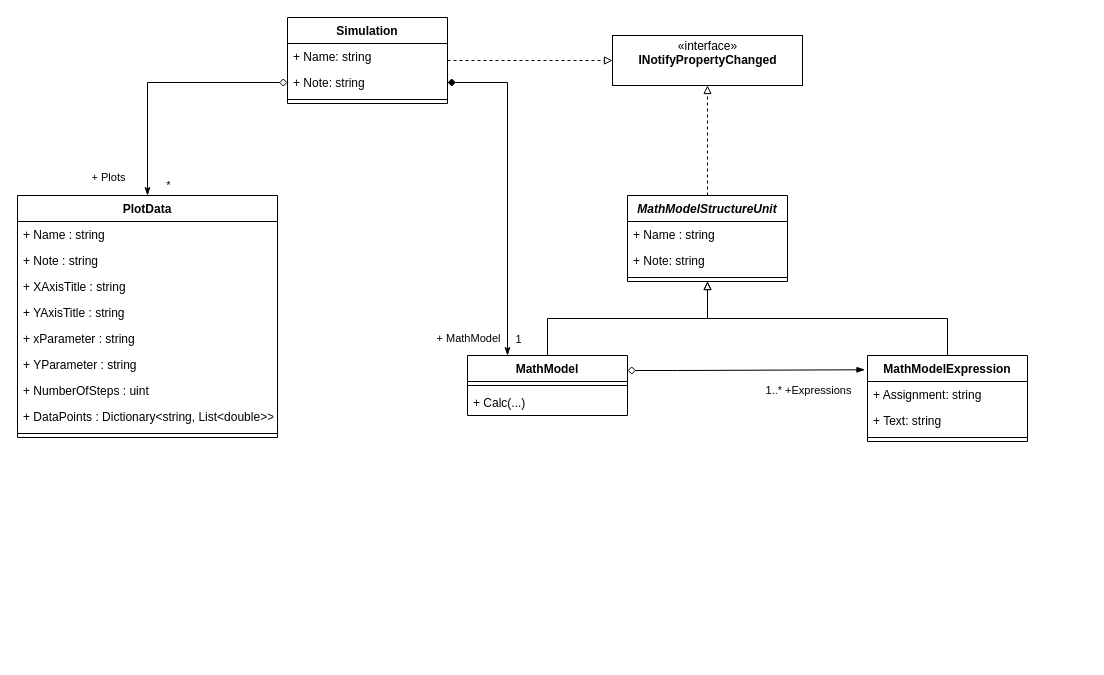
tocto/Schrittmacher keeps this draw.io diagram as page "Class Diagram MathModel" (1 of 2) of Architektur/MathModels.drawio. Above is the earlier version. Source tidied: cells renumbered, new cells numbered last; positions are measured from the earlier drawing's top-left corner, leaving out a move shared by most shapes. Both pictures are drawn from the tidied source at 100%, with x=0, y=0 at pixel (17, 17).
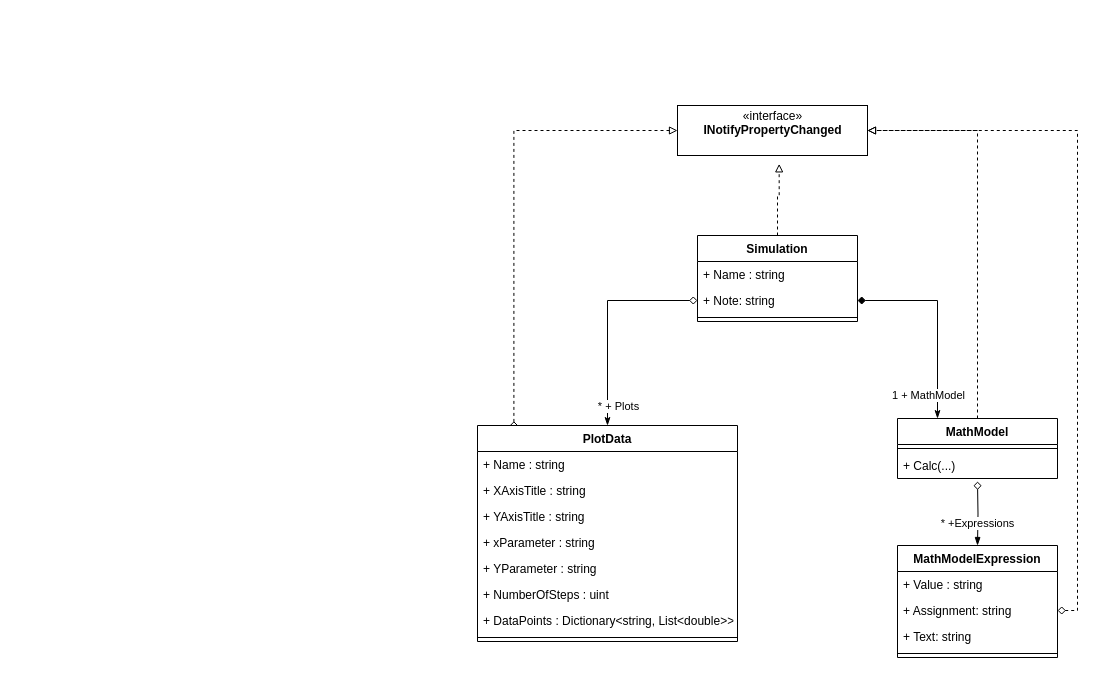
The same page after the edit.

The change refers to these unchanged cells:
```xml
<mxCell id="19" style="edgeStyle=orthogonalEdgeStyle;rounded=0;jettySize=auto;html=1;entryX=0.25;entryY=0;entryDx=0;entryDy=0;startArrow=diamond;startFill=1;endArrow=classicThin;endFill=1;exitX=1;exitY=0.5;exitDx=0;exitDy=0;" parent="1" edge="1" source="25" target="9">
  <mxGeometry relative="1" as="geometry" />
</mxCell>
<mxCell id="37" style="edgeStyle=orthogonalEdgeStyle;rounded=0;jettySize=auto;html=1;entryX=0.5;entryY=0;entryDx=0;entryDy=0;startArrow=diamond;startFill=0;endArrow=classicThin;endFill=1;" parent="1" edge="1" source="25" target="27">
  <mxGeometry relative="1" as="geometry" />
</mxCell>
```

The edit, as a diff of the source:
```diff
@@
-    <mxCell id="2" style="edgeStyle=orthogonalEdgeStyle;rounded=0;sketch=0;jettySize=auto;html=1;shadow=0;startArrow=none;startFill=0;endArrow=block;endFill=0;dashed=1;" parent="1" edge="1" source="3" target="18">
+    <mxCell id="2" style="edgeStyle=orthogonalEdgeStyle;rounded=0;sketch=0;jettySize=auto;html=1;shadow=0;startArrow=none;startFill=0;endArrow=block;endFill=0;dashed=1;entryX=1;entryY=0.5;entryDx=0;entryDy=0;exitX=0.5;exitY=0;exitDx=0;exitDy=0;" parent="1" edge="1" source="9" target="18">
       <mxGeometry relative="1" as="geometry" />
     </mxCell>
-    <mxCell id="3" value="MathModelStructureUnit" style="swimlane;fontStyle=3;align=center;verticalAlign=top;horizontal=1;startSize=26;" parent="1" vertex="1">
-      <mxGeometry x="610" y="178" width="160" height="86" as="geometry" />
-    </mxCell>
-    <mxCell id="4" value="+ Name : string" style="text;strokeColor=none;fillColor=none;align=left;verticalAlign=top;spacingLeft=4;spacingRight=4;overflow=hidden;" parent="3" vertex="1">
-      <mxGeometry y="26" width="160" height="26" as="geometry" />
-    </mxCell>
-    <mxCell id="5" value="+ Note: string" style="text;strokeColor=none;fillColor=none;align=left;verticalAlign=top;spacingLeft=4;spacingRight=4;overflow=hidden;" parent="3" vertex="1">
-      <mxGeometry y="52" width="160" height="26" as="geometry" />
-    </mxCell>
-    <mxCell id="6" style="line;strokeWidth=1;fillColor=none;align=left;verticalAlign=middle;spacingTop=-1;spacingLeft=3;spacingRight=3;labelPosition=right;" parent="3" vertex="1">
-      <mxGeometry y="78" width="160" height="8" as="geometry" />
-    </mxCell>
-    <mxCell id="7" style="edgeStyle=orthogonalEdgeStyle;rounded=0;sketch=0;jettySize=auto;html=1;shadow=0;startArrow=diamond;startFill=0;endArrow=blockThin;endFill=1;exitX=1;exitY=0.25;exitDx=0;exitDy=0;entryX=-0.016;entryY=0.166;entryDx=0;entryDy=0;entryPerimeter=0;" parent="1" edge="1" source="9" target="12">
+    <mxCell id="7" style="rounded=0;sketch=0;jettySize=auto;html=1;shadow=0;startArrow=diamond;startFill=0;endArrow=blockThin;endFill=1;entryX=0.5;entryY=0;entryDx=0;entryDy=0;edgeStyle=orthogonalEdgeStyle;" parent="1" edge="1" target="12">
       <mxGeometry relative="1" as="geometry">
-        <Array as="points">
-          <mxPoint x="660" y="353" />
-          <mxPoint x="670" y="352" />
-        </Array>
+        <mxPoint x="960" y="464" as="sourcePoint" />
       </mxGeometry>
     </mxCell>
-    <mxCell id="8" value="1..* +Expressions" style="edgeLabel;html=1;align=center;verticalAlign=middle;" parent="7" vertex="1">
-      <mxGeometry x="0.68" y="-2" relative="1" as="geometry">
-        <mxPoint x="-18.6" y="17.6" as="offset" />
-      </mxGeometry>
-    </mxCell>
+    <mxCell id="40" value="* +Expressions" style="edgeLabel;html=1;align=center;verticalAlign=middle;" parent="7" vertex="1">
+      <mxGeometry x="0.29" y="-1" relative="1" as="geometry" />
+    </mxCell>
     <mxCell id="9" value="MathModel" style="swimlane;fontStyle=1;align=center;verticalAlign=top;horizontal=1;startSize=26;" parent="1" vertex="1">
-      <mxGeometry x="450" y="338" width="160" height="60" as="geometry" />
+      <mxGeometry x="880" y="401" width="160" height="60" as="geometry" />
     </mxCell>
@@
+    <mxCell id="41" style="edgeStyle=orthogonalEdgeStyle;rounded=0;jettySize=auto;html=1;entryX=1;entryY=0.5;entryDx=0;entryDy=0;dashed=1;startArrow=diamond;startFill=0;endArrow=block;endFill=0;exitX=1;exitY=0.5;exitDx=0;exitDy=0;" parent="1" edge="1" source="13" target="18">
+      <mxGeometry relative="1" as="geometry" />
+    </mxCell>
     <mxCell id="12" value="MathModelExpression" style="swimlane;fontStyle=1;align=center;verticalAlign=top;horizontal=1;startSize=26;" parent="1" vertex="1">
-      <mxGeometry x="850" y="338" width="160" height="86" as="geometry" />
+      <mxGeometry x="880" y="528" width="160" height="112" as="geometry" />
     </mxCell>
+    <mxCell id="4" value="+ Value : string" style="text;strokeColor=none;fillColor=none;align=left;verticalAlign=top;spacingLeft=4;spacingRight=4;overflow=hidden;" parent="12" vertex="1">
+      <mxGeometry y="26" width="160" height="26" as="geometry" />
+    </mxCell>
     <mxCell id="13" value="+ Assignment: string" style="text;strokeColor=none;fillColor=none;align=left;verticalAlign=top;spacingLeft=4;spacingRight=4;overflow=hidden;points=[[0,0.5],[1,0.5]];portConstraint=eastwest;" parent="12" vertex="1">
-      <mxGeometry y="26" width="160" height="26" as="geometry" />
+      <mxGeometry y="52" width="160" height="26" as="geometry" />
     </mxCell>
     <mxCell id="14" value="+ Text: string" style="text;strokeColor=none;fillColor=none;align=left;verticalAlign=top;spacingLeft=4;spacingRight=4;overflow=hidden;" parent="12" vertex="1">
-      <mxGeometry y="52" width="160" height="26" as="geometry" />
+      <mxGeometry y="78" width="160" height="26" as="geometry" />
     </mxCell>
     <mxCell id="15" style="line;strokeWidth=1;fillColor=none;align=left;verticalAlign=middle;spacingTop=-1;spacingLeft=3;spacingRight=3;labelPosition=right;" parent="12" vertex="1">
-      <mxGeometry y="78" width="160" height="8" as="geometry" />
+      <mxGeometry y="104" width="160" height="8" as="geometry" />
     </mxCell>
-    <mxCell id="16" style="edgeStyle=orthogonalEdgeStyle;rounded=0;jettySize=auto;html=1;endArrow=block;endFill=0;exitX=0.5;exitY=0;exitDx=0;exitDy=0;" parent="1" edge="1" source="12" target="3">
-      <mxGeometry relative="1" as="geometry" />
-    </mxCell>
-    <mxCell id="17" style="edgeStyle=orthogonalEdgeStyle;rounded=0;jettySize=auto;html=1;endArrow=block;endFill=0;exitX=0.5;exitY=0;exitDx=0;exitDy=0;" parent="1" edge="1" source="9" target="3">
-      <mxGeometry relative="1" as="geometry" />
-    </mxCell>
     <mxCell id="18" value="«interface»&lt;br&gt;&lt;b&gt;INotifyPropertyChanged&lt;br&gt;&lt;br&gt;&lt;/b&gt;" style="html=1;" parent="1" vertex="1">
-      <mxGeometry x="595" y="18" width="190" height="50" as="geometry" />
+      <mxGeometry x="660" y="88" width="190" height="50" as="geometry" />
     </mxCell>
@@
-    <mxCell id="20" value="+ MathModel" style="edgeLabel;html=1;align=center;verticalAlign=middle;" parent="19" vertex="1">
+    <mxCell id="20" value="1 + MathModel" style="edgeLabel;html=1;align=center;verticalAlign=middle;" parent="19" vertex="1">
       <mxGeometry x="0.89" relative="1" as="geometry">
-        <mxPoint x="-40" as="offset" />
+        <mxPoint x="-10" y="-12.5" as="offset" />
       </mxGeometry>
     </mxCell>
-    <mxCell id="21" value="1" style="edgeLabel;html=1;align=center;verticalAlign=middle;" parent="19" vertex="1">
-      <mxGeometry x="0.81" y="2" relative="1" as="geometry">
-        <mxPoint x="8" y="15" as="offset" />
-      </mxGeometry>
-    </mxCell>
-    <mxCell id="22" style="edgeStyle=orthogonalEdgeStyle;rounded=0;jettySize=auto;html=1;entryX=0;entryY=0.5;entryDx=0;entryDy=0;dashed=1;endArrow=block;endFill=0;" parent="1" edge="1" source="23" target="18">
+    <mxCell id="22" style="edgeStyle=orthogonalEdgeStyle;rounded=0;jettySize=auto;html=1;entryX=0.535;entryY=1.167;entryDx=0;entryDy=0;dashed=1;endArrow=block;endFill=0;entryPerimeter=0;" parent="1" edge="1" source="23" target="18">
       <mxGeometry relative="1" as="geometry" />
     </mxCell>
     <mxCell id="23" value="Simulation" style="swimlane;fontStyle=1;align=center;verticalAlign=top;horizontal=1;startSize=26;" parent="1" vertex="1">
-      <mxGeometry x="270" width="160" height="86" as="geometry" />
+      <mxGeometry x="680" y="218" width="160" height="86" as="geometry" />
     </mxCell>
-    <mxCell id="24" value="+ Name: string" style="text;strokeColor=none;fillColor=none;align=left;verticalAlign=top;spacingLeft=4;spacingRight=4;overflow=hidden;" parent="23" vertex="1">
+    <mxCell id="24" value="+ Name : string" style="text;strokeColor=none;fillColor=none;align=left;verticalAlign=top;spacingLeft=4;spacingRight=4;overflow=hidden;" parent="23" vertex="1">
       <mxGeometry y="26" width="160" height="26" as="geometry" />
     </mxCell>
@@
+    <mxCell id="42" style="edgeStyle=orthogonalEdgeStyle;rounded=0;jettySize=auto;html=1;entryX=0;entryY=0.5;entryDx=0;entryDy=0;dashed=1;startArrow=diamond;startFill=0;endArrow=block;endFill=0;exitX=0.14;exitY=0.019;exitDx=0;exitDy=0;exitPerimeter=0;" parent="1" edge="1" source="27" target="18">
+      <mxGeometry relative="1" as="geometry" />
+    </mxCell>
     <mxCell id="27" value="PlotData" style="swimlane;fontStyle=1;align=center;verticalAlign=top;horizontal=1;startSize=26;" parent="1" vertex="1">
-      <mxGeometry y="178" width="260" height="242" as="geometry" />
+      <mxGeometry x="460" y="408" width="260" height="216" as="geometry" />
     </mxCell>
@@
-    <mxCell id="29" value="+ Note : string" style="text;strokeColor=none;fillColor=none;align=left;verticalAlign=top;spacingLeft=4;spacingRight=4;overflow=hidden;" parent="27" vertex="1">
-      <mxGeometry y="52" width="260" height="26" as="geometry" />
-    </mxCell>
     <mxCell id="30" value="+ XAxisTitle : string" style="text;strokeColor=none;fillColor=none;align=left;verticalAlign=top;spacingLeft=4;spacingRight=4;overflow=hidden;" parent="27" vertex="1">
-      <mxGeometry y="78" width="260" height="26" as="geometry" />
+      <mxGeometry y="52" width="260" height="26" as="geometry" />
     </mxCell>
     <mxCell id="31" value="+ YAxisTitle : string&#10;" style="text;strokeColor=none;fillColor=none;align=left;verticalAlign=top;spacingLeft=4;spacingRight=4;overflow=hidden;" parent="27" vertex="1">
-      <mxGeometry y="104" width="260" height="26" as="geometry" />
+      <mxGeometry y="78" width="260" height="26" as="geometry" />
     </mxCell>
     <mxCell id="32" value="+ xParameter : string&#10;" style="text;strokeColor=none;fillColor=none;align=left;verticalAlign=top;spacingLeft=4;spacingRight=4;overflow=hidden;" parent="27" vertex="1">
-      <mxGeometry y="130" width="260" height="26" as="geometry" />
+      <mxGeometry y="104" width="260" height="26" as="geometry" />
     </mxCell>
     <mxCell id="33" value="+ YParameter : string" style="text;strokeColor=none;fillColor=none;align=left;verticalAlign=top;spacingLeft=4;spacingRight=4;overflow=hidden;" parent="27" vertex="1">
-      <mxGeometry y="156" width="260" height="26" as="geometry" />
+      <mxGeometry y="130" width="260" height="26" as="geometry" />
     </mxCell>
     <mxCell id="34" value="+ NumberOfSteps : uint" style="text;strokeColor=none;fillColor=none;align=left;verticalAlign=top;spacingLeft=4;spacingRight=4;overflow=hidden;" parent="27" vertex="1">
-      <mxGeometry y="182" width="260" height="26" as="geometry" />
+      <mxGeometry y="156" width="260" height="26" as="geometry" />
     </mxCell>
     <mxCell id="35" value="+ DataPoints : Dictionary&lt;string, List&lt;double&gt;&gt;" style="text;strokeColor=none;fillColor=none;align=left;verticalAlign=top;spacingLeft=4;spacingRight=4;overflow=hidden;" parent="27" vertex="1">
-      <mxGeometry y="208" width="260" height="26" as="geometry" />
+      <mxGeometry y="182" width="260" height="26" as="geometry" />
     </mxCell>
     <mxCell id="36" style="line;strokeWidth=1;fillColor=none;align=left;verticalAlign=middle;spacingTop=-1;spacingLeft=3;spacingRight=3;labelPosition=right;" parent="27" vertex="1">
-      <mxGeometry y="234" width="260" height="8" as="geometry" />
+      <mxGeometry y="208" width="260" height="8" as="geometry" />
     </mxCell>
@@
-    <mxCell id="38" value="+ Plots" style="edgeLabel;html=1;align=center;verticalAlign=middle;" parent="37" vertex="1">
+    <mxCell id="38" value="* + Plots" style="edgeLabel;html=1;align=center;verticalAlign=middle;" parent="37" vertex="1">
       <mxGeometry x="0.77" y="-5" relative="1" as="geometry">
-        <mxPoint x="-35" y="10" as="offset" />
+        <mxPoint x="15" y="5" as="offset" />
       </mxGeometry>
     </mxCell>
-    <mxCell id="39" value="*" style="edgeLabel;html=1;align=center;verticalAlign=middle;" parent="37" vertex="1">
-      <mxGeometry x="0.76" y="-5" relative="1" as="geometry">
-        <mxPoint x="25" y="19.1" as="offset" />
-      </mxGeometry>
-    </mxCell>
```
